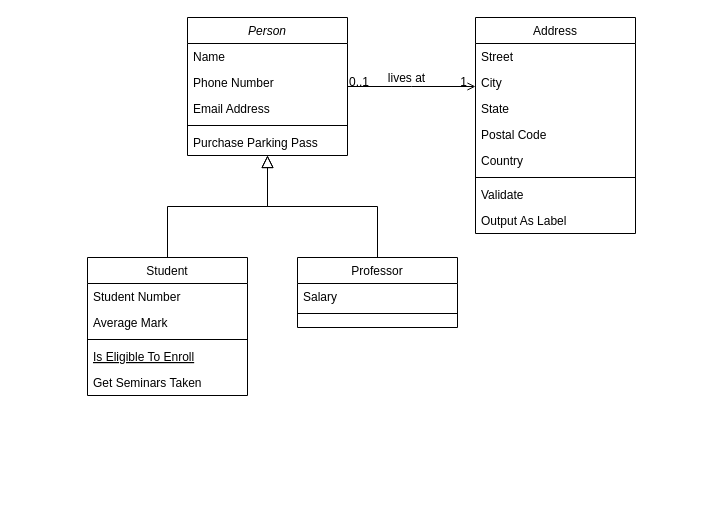
The draw.io diagram 名称未設定ファイル.drawio in ns2pole/rpg_mini_game_1, before the edit. Source tidied: cells renumbered, new cells numbered last; positions are measured from the earlier drawing's top-left corner, leaving out a move shared by most shapes. Both pictures are drawn from the tidied source at 100%, with x=0, y=0 at pixel (87, 17).
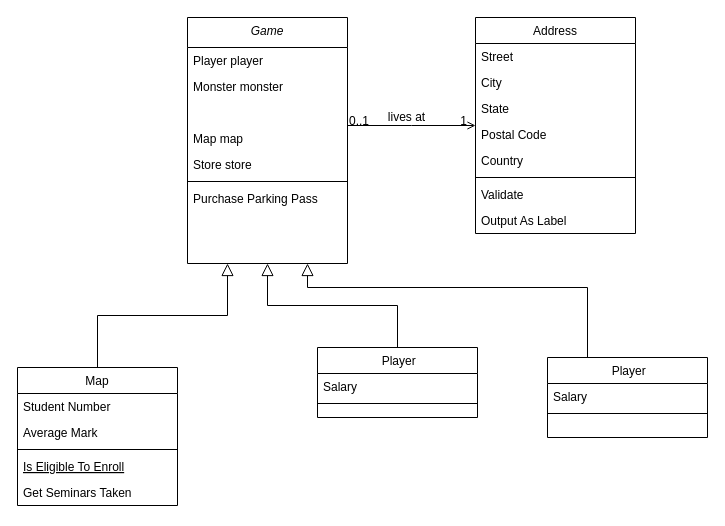
The same page after the edit.

Commit message:
名称未設定ファイル.drawio を更新します

Diff of the diagram source:
```diff
@@
-    <mxCell id="2" value="Person" style="swimlane;fontStyle=2;align=center;verticalAlign=top;horizontal=1;startSize=26;rounded=0;shadow=0;strokeWidth=1;" parent="1" vertex="1">
-      <mxGeometry x="100" width="160" height="138" as="geometry" />
+    <mxCell id="2" value="Game" style="swimlane;fontStyle=2;align=center;verticalAlign=top;horizontal=1;startSize=30;rounded=0;shadow=0;strokeWidth=1;" parent="1" vertex="1">
+      <mxGeometry x="100" width="160" height="246" as="geometry" />
     </mxCell>
-    <mxCell id="3" value="Name" style="text;align=left;verticalAlign=top;spacingLeft=4;spacingRight=4;overflow=hidden;" parent="2" vertex="1">
-      <mxGeometry y="26" width="160" height="26" as="geometry" />
+    <mxCell id="3" value="Player player" style="text;align=left;verticalAlign=top;spacingLeft=4;spacingRight=4;overflow=hidden;" parent="2" vertex="1">
+      <mxGeometry y="30" width="160" height="26" as="geometry" />
     </mxCell>
+    <mxCell id="32" value="Monster monster" style="text;align=left;verticalAlign=top;spacingLeft=4;spacingRight=4;overflow=hidden;" parent="2" vertex="1">
+      <mxGeometry y="56" width="160" height="26" as="geometry" />
+    </mxCell>
+    <mxCell id="33" style="text;align=left;verticalAlign=top;spacingLeft=4;spacingRight=4;overflow=hidden;" parent="2" vertex="1">
+      <mxGeometry y="82" width="160" height="26" as="geometry" />
+    </mxCell>
-    <mxCell id="4" value="Phone Number" style="text;align=left;verticalAlign=top;spacingLeft=4;spacingRight=4;overflow=hidden;rounded=0;shadow=0;html=0;" parent="2" vertex="1">
-      <mxGeometry y="52" width="160" height="26" as="geometry" />
+    <mxCell id="4" value="Map map" style="text;align=left;verticalAlign=top;spacingLeft=4;spacingRight=4;overflow=hidden;rounded=0;shadow=0;html=0;" parent="2" vertex="1">
+      <mxGeometry y="108" width="160" height="26" as="geometry" />
     </mxCell>
-    <mxCell id="5" value="Email Address" style="text;align=left;verticalAlign=top;spacingLeft=4;spacingRight=4;overflow=hidden;rounded=0;shadow=0;html=0;" parent="2" vertex="1">
-      <mxGeometry y="78" width="160" height="26" as="geometry" />
+    <mxCell id="5" value="Store store" style="text;align=left;verticalAlign=top;spacingLeft=4;spacingRight=4;overflow=hidden;rounded=0;shadow=0;html=0;" parent="2" vertex="1">
+      <mxGeometry y="134" width="160" height="26" as="geometry" />
     </mxCell>
     <mxCell id="6" style="line;html=1;strokeWidth=1;align=left;verticalAlign=middle;spacingTop=-1;spacingLeft=3;spacingRight=3;labelPosition=right;" parent="2" vertex="1">
-      <mxGeometry y="104" width="160" height="8" as="geometry" />
+      <mxGeometry y="160" width="160" height="8" as="geometry" />
     </mxCell>
     <mxCell id="7" value="Purchase Parking Pass" style="text;align=left;verticalAlign=top;spacingLeft=4;spacingRight=4;overflow=hidden;" parent="2" vertex="1">
-      <mxGeometry y="112" width="160" height="26" as="geometry" />
+      <mxGeometry y="168" width="160" height="26" as="geometry" />
     </mxCell>
-    <mxCell id="8" value="Student" style="swimlane;fontStyle=0;align=center;verticalAlign=top;horizontal=1;startSize=26;rounded=0;shadow=0;strokeWidth=1;" parent="1" vertex="1">
-      <mxGeometry y="240" width="160" height="138" as="geometry" />
+    <mxCell id="8" value="Map" style="swimlane;fontStyle=0;align=center;verticalAlign=top;horizontal=1;startSize=26;rounded=0;shadow=0;strokeWidth=1;" parent="1" vertex="1">
+      <mxGeometry x="-70" y="350" width="160" height="138" as="geometry" />
     </mxCell>
@@
     <mxCell id="14" style="endArrow=block;endSize=10;endFill=0;shadow=0;strokeWidth=1;rounded=0;edgeStyle=elbowEdgeStyle;elbow=vertical;" parent="1" edge="1" source="8" target="2">
-      <mxGeometry relative="1" as="geometry" />
+      <mxGeometry relative="1" as="geometry">
+        <Array as="points">
+          <mxPoint x="140" y="298" />
+        </Array>
+      </mxGeometry>
     </mxCell>
-    <mxCell id="15" value="Professor" style="swimlane;fontStyle=0;align=center;verticalAlign=top;horizontal=1;startSize=26;rounded=0;shadow=0;strokeWidth=1;" parent="1" vertex="1">
-      <mxGeometry x="210" y="240" width="160" height="70" as="geometry" />
+    <mxCell id="15" value=" Player" style="swimlane;fontStyle=0;align=center;verticalAlign=top;horizontal=1;startSize=26;rounded=0;shadow=0;strokeWidth=1;" parent="1" vertex="1">
+      <mxGeometry x="230" y="330" width="160" height="70" as="geometry" />
     </mxCell>
@@
+    <mxCell id="34" style="edgeStyle=orthogonalEdgeStyle;rounded=0;jettySize=auto;html=1;exitX=0.25;exitY=0;exitDx=0;exitDy=0;entryX=0.75;entryY=1;entryDx=0;entryDy=0;endArrow=block;endFill=0;endSize=10;" parent="1" edge="1" source="35" target="2">
+      <mxGeometry relative="1" as="geometry">
+        <Array as="points">
+          <mxPoint x="500" y="270" />
+          <mxPoint x="220" y="270" />
+        </Array>
+      </mxGeometry>
+    </mxCell>
+    <mxCell id="35" value=" Player" style="swimlane;fontStyle=0;align=center;verticalAlign=top;horizontal=1;startSize=26;rounded=0;shadow=0;strokeWidth=1;" parent="1" vertex="1">
+      <mxGeometry x="460" y="340" width="160" height="80" as="geometry" />
+    </mxCell>
+    <mxCell id="36" value="Salary" style="text;align=left;verticalAlign=top;spacingLeft=4;spacingRight=4;overflow=hidden;" parent="35" vertex="1">
+      <mxGeometry y="26" width="160" height="26" as="geometry" />
+    </mxCell>
+    <mxCell id="37" style="line;html=1;strokeWidth=1;align=left;verticalAlign=middle;spacingTop=-1;spacingLeft=3;spacingRight=3;labelPosition=right;" parent="35" vertex="1">
+      <mxGeometry y="52" width="160" height="8" as="geometry" />
+    </mxCell>
```
